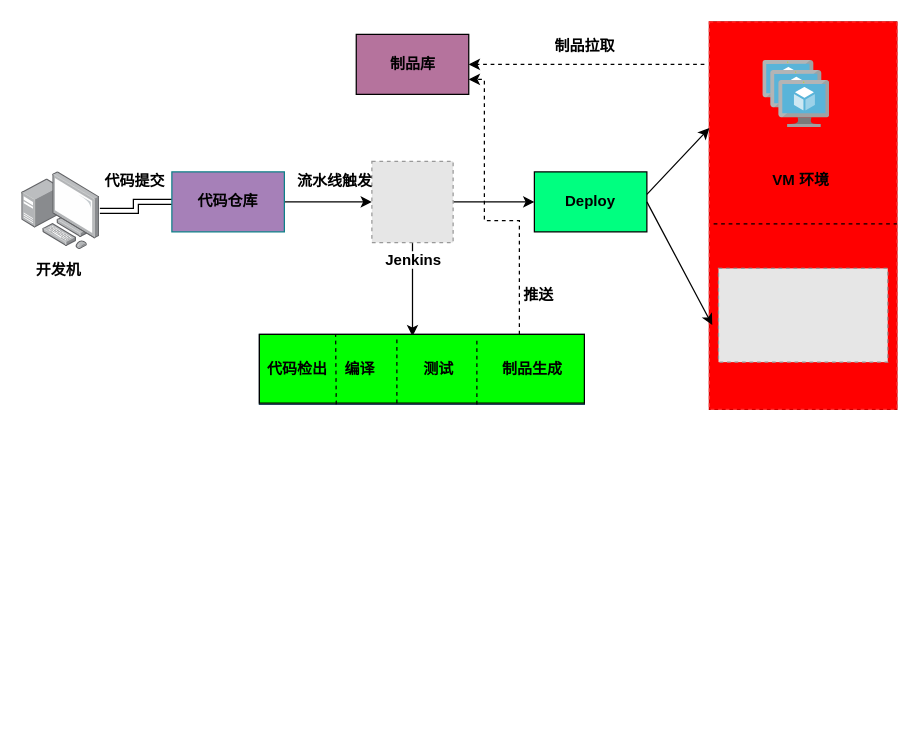
Earlier version of the draw.io diagram DevOps_process.drawio (hwm1990/DevOps). Source tidied: cells renumbered, new cells numbered last; positions are measured from the earlier drawing's top-left corner, leaving out a move shared by most shapes. Both pictures are drawn from the tidied source at 125%, with x=0, y=0 at pixel (21, 21). Pictures stored in the file or linked from it are replaced by grey dashed boxes.
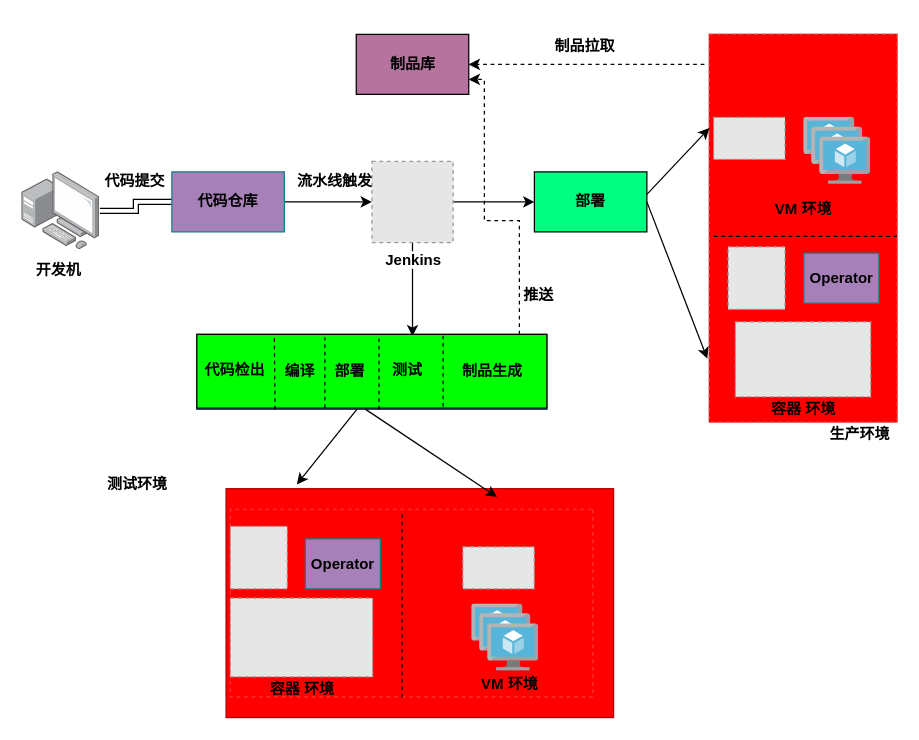
The same diagram, later.

The change refers to these unchanged cells:
```xml
<mxCell id="13" style="rounded=0;whiteSpace=wrap;html=1;dashed=1;strokeColor=#FF3333;fillColor=#FF0000;" parent="12" vertex="1">
  <mxGeometry width="150" height="310" as="geometry" />
</mxCell>
```

What changed in the source:
```diff
@@
-    <mxCell id="10" value="&lt;b&gt;Deploy&lt;/b&gt;" style="rounded=0;whiteSpace=wrap;html=1;fillColor=#00FF80;" parent="1" vertex="1">
+    <mxCell id="10" value="&lt;b&gt;部署&lt;/b&gt;" style="rounded=0;whiteSpace=wrap;html=1;fillColor=#00FF80;" parent="1" vertex="1">
       <mxGeometry x="410" y="120" width="90" height="48" as="geometry" />
     </mxCell>
@@
     <mxCell id="12" style="group;strokeColor=#B20000;fontColor=#ffffff;fillColor=#FF0000;" parent="1" vertex="1">
-      <mxGeometry x="550" width="150" height="310" as="geometry" />
+      <mxGeometry x="550" y="10" width="150" height="310" as="geometry" />
     </mxCell>
@@
     <mxCell id="14" style="html=1;align=center;image;fontSize=12;image=img/lib/mscae/VM_Scale_Set.svg;dashed=1;strokeColor=#FF3333;" parent="12" vertex="1">
-      <mxGeometry x="42.9" y="31" width="53.6" height="53.6" as="geometry" />
+      <mxGeometry x="75.6" y="66.4" width="53.6" height="53.6" as="geometry" />
     </mxCell>
     <mxCell id="15" value="&lt;b&gt;VM 环境&lt;/b&gt;" style="text;html=1;align=center;verticalAlign=middle;" parent="12" vertex="1">
-      <mxGeometry x="42.9" y="116.6" width="60" height="20" as="geometry" />
+      <mxGeometry x="45" y="130" width="60" height="20" as="geometry" />
     </mxCell>
     <mxCell id="16" style="fillColor=#E6E6E6;strokeColor=#999999;dashed=1;verticalLabelPosition=bottom;labelBackgroundColor=#ffffff;verticalAlign=top;" parent="12" vertex="1">
-      <mxGeometry x="7.3" y="197.2" width="135.4" height="75" as="geometry" />
+      <mxGeometry x="20.8" y="230" width="108.3" height="60" as="geometry" />
     </mxCell>
@@
+    <mxCell id="36" value="&lt;b&gt;容器 环境&lt;/b&gt;" style="text;html=1;align=center;verticalAlign=middle;" parent="12" vertex="1">
+      <mxGeometry x="40" y="290" width="70" height="20" as="geometry" />
+    </mxCell>
+    <mxCell id="37" style="fillColor=#E6E6E6;strokeColor=#999999;dashed=1;verticalLabelPosition=bottom;labelBackgroundColor=#ffffff;verticalAlign=top;" parent="12" vertex="1">
+      <mxGeometry x="3.4" y="66.4" width="57.1" height="33.6" as="geometry" />
+    </mxCell>
+    <mxCell id="38" style="fillColor=#E6E6E6;strokeColor=#999999;dashed=1;verticalLabelPosition=bottom;labelBackgroundColor=#ffffff;verticalAlign=top;" parent="12" vertex="1">
+      <mxGeometry x="15" y="170" width="45.5" height="50" as="geometry" />
+    </mxCell>
+    <mxCell id="39" value="&lt;b&gt;Operator&lt;/b&gt;" style="rounded=0;whiteSpace=wrap;html=1;strokeColor=#0e8088;fillColor=#A680B8;" parent="12" vertex="1">
+      <mxGeometry x="75.6" y="175" width="60" height="40" as="geometry" />
+    </mxCell>
@@
-    <mxCell id="24" style="group;fillColor=#bac8d3;strokeColor=#23445d;" parent="1" vertex="1">
-      <mxGeometry x="190" y="250" width="260" height="56" as="geometry" />
-    </mxCell>
-    <mxCell id="25" style="verticalLabelPosition=bottom;verticalAlign=top;html=1;shape=mxgraph.basic.rect;fillColor2=none;strokeWidth=1;size=20;indent=5;fillColor=#00FF00;" parent="24" vertex="1">
-      <mxGeometry width="260" height="55" as="geometry" />
-    </mxCell>
-    <mxCell id="26" value="&lt;b&gt;编译&lt;/b&gt;" style="text;html=1;align=center;verticalAlign=middle;" parent="24" vertex="1">
-      <mxGeometry x="60" y="17.5" width="40" height="20" as="geometry" />
-    </mxCell>
-    <mxCell id="27" value="&lt;b&gt;测试&lt;/b&gt;" style="text;html=1;align=center;verticalAlign=middle;" parent="24" vertex="1">
-      <mxGeometry x="122.5" y="17.5" width="40" height="20" as="geometry" />
-    </mxCell>
-    <mxCell id="28" value="&lt;b&gt;制品生成&lt;/b&gt;" style="text;html=1;align=center;verticalAlign=middle;" parent="24" vertex="1">
-      <mxGeometry x="187.5" y="17.5" width="60" height="20" as="geometry" />
-    </mxCell>
-    <mxCell id="29" style="endArrow=none;dashed=1;html=1;exitX=0.271;exitY=1.018;exitDx=0;exitDy=0;exitPerimeter=0;" parent="24" edge="1">
-      <mxGeometry relative="1" as="geometry">
-        <mxPoint x="61.5" y="56" as="sourcePoint" />
-        <mxPoint x="61" as="targetPoint" />
-      </mxGeometry>
-    </mxCell>
-    <mxCell id="30" style="endArrow=none;dashed=1;html=1;entryX=0.125;entryY=0.75;entryDx=0;entryDy=0;entryPerimeter=0;" parent="24" edge="1">
-      <mxGeometry relative="1" as="geometry">
-        <mxPoint x="110" y="55" as="sourcePoint" />
-        <mxPoint x="110" y="2" as="targetPoint" />
-      </mxGeometry>
-    </mxCell>
-    <mxCell id="31" style="endArrow=none;dashed=1;html=1;entryX=0.125;entryY=0.75;entryDx=0;entryDy=0;entryPerimeter=0;" parent="24" edge="1">
-      <mxGeometry relative="1" as="geometry">
-        <mxPoint x="174" y="56" as="sourcePoint" />
-        <mxPoint x="174" y="3" as="targetPoint" />
-      </mxGeometry>
-    </mxCell>
-    <mxCell id="32" value="&lt;b&gt;代码检出&lt;/b&gt;" style="text;html=1;align=center;verticalAlign=middle;" parent="24" vertex="1">
-      <mxGeometry y="18" width="60" height="20" as="geometry" />
-    </mxCell>
@@
-    <mxCell id="35" style="endArrow=classic;html=1;exitX=1;exitY=0.5;exitDx=0;exitDy=0;entryX=-0.037;entryY=0.605;entryDx=0;entryDy=0;entryPerimeter=0;" parent="1" edge="1" source="10" target="16">
+    <mxCell id="35" style="endArrow=classic;html=1;exitX=1;exitY=0.5;exitDx=0;exitDy=0;entryX=-0.011;entryY=0.837;entryDx=0;entryDy=0;entryPerimeter=0;" parent="1" edge="1" source="10" target="13">
       <mxGeometry relative="1" as="geometry" />
     </mxCell>
+    <mxCell id="40" style="group;fillColor=#bac8d3;strokeColor=#23445d;" parent="1" vertex="1">
+      <mxGeometry x="140" y="250" width="280" height="60" as="geometry" />
+    </mxCell>
+    <mxCell id="41" style="verticalLabelPosition=bottom;verticalAlign=top;html=1;shape=mxgraph.basic.rect;fillColor2=none;strokeWidth=1;size=20;indent=5;fillColor=#00FF00;" parent="40" vertex="1">
+      <mxGeometry width="280" height="58.9" as="geometry" />
+    </mxCell>
+    <mxCell id="26" value="&lt;b&gt;编译&lt;/b&gt;" style="text;html=1;align=center;verticalAlign=middle;" parent="40" vertex="1">
+      <mxGeometry x="62" y="20" width="40" height="20" as="geometry" />
+    </mxCell>
+    <mxCell id="42" value="&lt;b&gt;部署&lt;/b&gt;" style="text;html=1;align=center;verticalAlign=middle;" parent="40" vertex="1">
+      <mxGeometry x="101.7" y="19.8" width="40" height="20" as="geometry" />
+    </mxCell>
+    <mxCell id="27" value="&lt;b&gt;测试&lt;/b&gt;" style="text;html=1;align=center;verticalAlign=middle;" parent="40" vertex="1">
+      <mxGeometry x="147.5" y="18.8" width="40" height="20" as="geometry" />
+    </mxCell>
+    <mxCell id="43" style="endArrow=none;dashed=1;html=1;exitX=0.271;exitY=1.018;exitDx=0;exitDy=0;exitPerimeter=0;" parent="40" edge="1">
+      <mxGeometry relative="1" as="geometry">
+        <mxPoint x="62.5" y="60" as="sourcePoint" />
+        <mxPoint x="62" as="targetPoint" />
+      </mxGeometry>
+    </mxCell>
+    <mxCell id="44" style="endArrow=none;dashed=1;html=1;entryX=0.125;entryY=0.75;entryDx=0;entryDy=0;entryPerimeter=0;" parent="40" edge="1">
+      <mxGeometry relative="1" as="geometry">
+        <mxPoint x="102.4" y="58.9" as="sourcePoint" />
+        <mxPoint x="102.4" y="2.2" as="targetPoint" />
+      </mxGeometry>
+    </mxCell>
+    <mxCell id="45" style="endArrow=none;dashed=1;html=1;entryX=0.125;entryY=0.75;entryDx=0;entryDy=0;entryPerimeter=0;" parent="40" edge="1">
+      <mxGeometry relative="1" as="geometry">
+        <mxPoint x="145.7" y="60" as="sourcePoint" />
+        <mxPoint x="145.7" y="3.2" as="targetPoint" />
+      </mxGeometry>
+    </mxCell>
+    <mxCell id="32" value="&lt;b&gt;代码检出&lt;/b&gt;" style="text;html=1;align=center;verticalAlign=middle;" parent="40" vertex="1">
+      <mxGeometry y="19.3" width="60" height="20" as="geometry" />
+    </mxCell>
+    <mxCell id="46" style="endArrow=none;dashed=1;html=1;entryX=0.125;entryY=0.75;entryDx=0;entryDy=0;entryPerimeter=0;" parent="40" edge="1">
+      <mxGeometry relative="1" as="geometry">
+        <mxPoint x="197" y="57.8" as="sourcePoint" />
+        <mxPoint x="197" y="1.1" as="targetPoint" />
+      </mxGeometry>
+    </mxCell>
+    <mxCell id="28" value="&lt;b&gt;制品生成&lt;/b&gt;" style="text;html=1;align=center;verticalAlign=middle;" parent="40" vertex="1">
+      <mxGeometry x="206.2" y="20" width="60" height="20" as="geometry" />
+    </mxCell>
+    <mxCell id="47" style="group;strokeColor=#B20000;fontColor=#ffffff;fillColor=#FF0000;rotation=90;" parent="1" vertex="1">
+      <mxGeometry x="226.8" y="310" width="183.1" height="310" as="geometry" />
+    </mxCell>
+    <mxCell id="48" style="rounded=0;whiteSpace=wrap;html=1;dashed=1;strokeColor=#FF3333;fillColor=#FF0000;rotation=90;" parent="47" vertex="1">
+      <mxGeometry x="10" y="10" width="150" height="290" as="geometry" />
+    </mxCell>
+    <mxCell id="49" style="html=1;align=center;image;fontSize=12;image=img/lib/mscae/VM_Scale_Set.svg;dashed=1;strokeColor=#FF3333;rotation=0;" parent="47" vertex="1">
+      <mxGeometry x="133.2" y="155.7" width="53.6" height="53.6" as="geometry" />
+    </mxCell>
+    <mxCell id="50" value="&lt;b&gt;VM 环境&lt;/b&gt;" style="text;html=1;align=center;verticalAlign=middle;rotation=0;" parent="47" vertex="1">
+      <mxGeometry x="133.2" y="210" width="60" height="20" as="geometry" />
+    </mxCell>
+    <mxCell id="51" style="fillColor=#E6E6E6;strokeColor=#999999;dashed=1;verticalLabelPosition=bottom;labelBackgroundColor=#ffffff;verticalAlign=top;rotation=0;" parent="47" vertex="1">
+      <mxGeometry x="-60" y="151" width="113.8" height="63" as="geometry" />
+    </mxCell>
+    <mxCell id="52" style="endArrow=none;html=1;" parent="47" edge="1" target="48">
+      <mxGeometry relative="1" as="geometry">
+        <mxPoint x="63" y="80" as="sourcePoint" />
+      </mxGeometry>
+    </mxCell>
+    <mxCell id="53" style="line;strokeWidth=1;fillColor=none;align=left;verticalAlign=middle;spacingTop=-1;spacingLeft=3;spacingRight=3;labelPosition=right;dashed=1;rotation=90;" parent="47" vertex="1">
+      <mxGeometry x="4" y="151" width="146.6" height="11.8" as="geometry" />
+    </mxCell>
+    <mxCell id="54" value="&lt;b&gt;容器 环境&lt;/b&gt;" style="text;html=1;align=center;verticalAlign=middle;" parent="47" vertex="1">
+      <mxGeometry x="-38.1" y="214" width="70" height="20" as="geometry" />
+    </mxCell>
+    <mxCell id="55" style="fillColor=#E6E6E6;strokeColor=#999999;dashed=1;verticalLabelPosition=bottom;labelBackgroundColor=#ffffff;verticalAlign=top;" parent="47" vertex="1">
+      <mxGeometry x="126" y="110" width="57.1" height="33.6" as="geometry" />
+    </mxCell>
+    <mxCell id="56" style="fillColor=#E6E6E6;strokeColor=#999999;dashed=1;verticalLabelPosition=bottom;labelBackgroundColor=#ffffff;verticalAlign=top;" parent="47" vertex="1">
+      <mxGeometry x="-60" y="93.6" width="45.5" height="50" as="geometry" />
+    </mxCell>
+    <mxCell id="57" value="&lt;b&gt;Operator&lt;/b&gt;" style="rounded=0;whiteSpace=wrap;html=1;strokeColor=#0e8088;fillColor=#A680B8;" parent="47" vertex="1">
+      <mxGeometry y="103.6" width="60" height="40" as="geometry" />
+    </mxCell>
+    <mxCell id="58" style="endArrow=classic;html=1;" parent="1" edge="1">
+      <mxGeometry relative="1" as="geometry">
+        <mxPoint x="268" y="310" as="sourcePoint" />
+        <mxPoint x="220" y="370" as="targetPoint" />
+      </mxGeometry>
+    </mxCell>
+    <mxCell id="59" style="endArrow=classic;html=1;" parent="1" edge="1">
+      <mxGeometry relative="1" as="geometry">
+        <mxPoint x="275" y="310" as="sourcePoint" />
+        <mxPoint x="380" y="380" as="targetPoint" />
+      </mxGeometry>
+    </mxCell>
+    <mxCell id="60" value="&lt;b&gt;测试环境&lt;/b&gt;" style="text;html=1;align=center;verticalAlign=middle;" parent="1" vertex="1">
+      <mxGeometry x="62.4" y="360" width="60" height="20" as="geometry" />
+    </mxCell>
+    <mxCell id="61" value="&lt;b&gt;生产环境&lt;/b&gt;" style="text;html=1;align=center;verticalAlign=middle;" parent="1" vertex="1">
+      <mxGeometry x="640" y="320" width="60" height="20" as="geometry" />
+    </mxCell>
```
